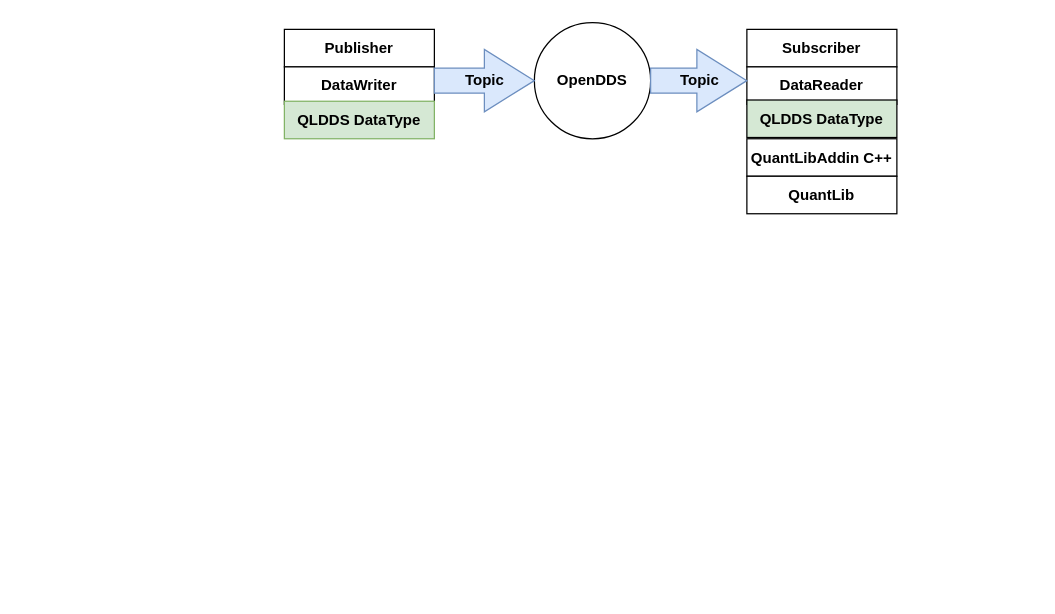
mkipnis/qldds keeps this draw.io diagram as misc/overview.drawio. Above is the earlier version. Source tidied: cells renumbered, new cells numbered last; positions are measured from the earlier drawing's top-left corner, leaving out a move shared by most shapes. Both pictures are drawn from the tidied source at 125%, with x=0, y=0 at pixel (284, 21).
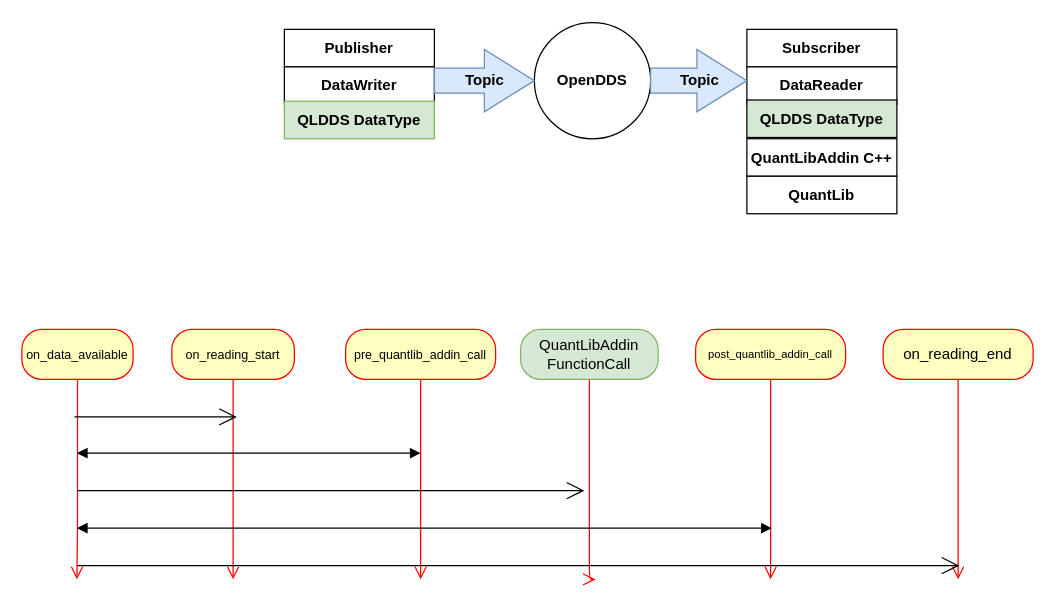
After the change.

What changed in the source:
```diff
@@
+    <mxCell id="13" value="on_data_available" style="rounded=1;whiteSpace=wrap;html=1;arcSize=40;fontColor=#000000;fillColor=#ffffc0;strokeColor=#ff0000;shadow=0;glass=0;comic=0;fontSize=10;" parent="1" vertex="1">
+      <mxGeometry x="-210" y="246" width="89" height="40" as="geometry" />
+    </mxCell>
+    <mxCell id="14" style="edgeStyle=orthogonalEdgeStyle;html=1;verticalAlign=bottom;endArrow=open;endSize=8;strokeColor=#ff0000;" parent="1" edge="1" source="13">
+      <mxGeometry relative="1" as="geometry">
+        <mxPoint x="-166" y="446" as="targetPoint" />
+        <Array as="points">
+          <mxPoint x="-166" y="406" />
+          <mxPoint x="-166" y="406" />
+        </Array>
+      </mxGeometry>
+    </mxCell>
+    <mxCell id="15" value="on_reading_start" style="rounded=1;whiteSpace=wrap;html=1;arcSize=40;fontColor=#000000;fillColor=#ffffc0;strokeColor=#ff0000;shadow=0;glass=0;comic=0;fontSize=10;" parent="1" vertex="1">
+      <mxGeometry x="-90" y="246" width="98" height="40" as="geometry" />
+    </mxCell>
+    <mxCell id="16" style="edgeStyle=orthogonalEdgeStyle;html=1;verticalAlign=bottom;endArrow=open;endSize=8;strokeColor=#ff0000;" parent="1" edge="1" source="15">
+      <mxGeometry relative="1" as="geometry">
+        <mxPoint x="-41" y="446" as="targetPoint" />
+      </mxGeometry>
+    </mxCell>
+    <mxCell id="17" value="pre_quantlib_addin_call" style="rounded=1;whiteSpace=wrap;html=1;arcSize=40;fontColor=#000000;fillColor=#ffffc0;strokeColor=#ff0000;shadow=0;glass=0;comic=0;fontSize=10;" parent="1" vertex="1">
+      <mxGeometry x="49" y="246" width="120" height="40" as="geometry" />
+    </mxCell>
+    <mxCell id="18" style="edgeStyle=orthogonalEdgeStyle;html=1;verticalAlign=bottom;endArrow=open;endSize=8;strokeColor=#ff0000;" parent="1" edge="1" source="17">
+      <mxGeometry relative="1" as="geometry">
+        <mxPoint x="109" y="446" as="targetPoint" />
+      </mxGeometry>
+    </mxCell>
+    <mxCell id="19" style="endArrow=block;startArrow=block;endFill=1;startFill=1;html=1;fontSize=10;" parent="1" edge="1">
+      <mxGeometry relative="1" as="geometry">
+        <mxPoint x="-166" y="345" as="sourcePoint" />
+        <mxPoint x="109" y="345" as="targetPoint" />
+      </mxGeometry>
+    </mxCell>
+    <mxCell id="20" value="QuantLibAddin&lt;br&gt;FunctionCall" style="rounded=1;whiteSpace=wrap;html=1;arcSize=40;fillColor=#d5e8d4;strokeColor=#82b366;shadow=0;glass=0;comic=0;" parent="1" vertex="1">
+      <mxGeometry x="189" y="246" width="110" height="40" as="geometry" />
+    </mxCell>
+    <mxCell id="21" style="edgeStyle=orthogonalEdgeStyle;html=1;verticalAlign=bottom;endArrow=open;endSize=8;strokeColor=#ff0000;fontSize=10;" parent="1" edge="1" source="20">
+      <mxGeometry relative="1" as="geometry">
+        <mxPoint x="249" y="446" as="targetPoint" />
+        <Array as="points">
+          <mxPoint x="244" y="446" />
+        </Array>
+      </mxGeometry>
+    </mxCell>
+    <mxCell id="22" value="post_quantlib_addin_call" style="rounded=1;whiteSpace=wrap;html=1;arcSize=40;fontColor=#000000;fillColor=#ffffc0;strokeColor=#ff0000;shadow=0;glass=0;comic=0;fontSize=9;" parent="1" vertex="1">
+      <mxGeometry x="329" y="246" width="120" height="40" as="geometry" />
+    </mxCell>
+    <mxCell id="23" style="edgeStyle=orthogonalEdgeStyle;html=1;verticalAlign=bottom;endArrow=open;endSize=8;strokeColor=#ff0000;fontSize=10;" parent="1" edge="1" source="22">
+      <mxGeometry relative="1" as="geometry">
+        <mxPoint x="389" y="446" as="targetPoint" />
+      </mxGeometry>
+    </mxCell>
+    <mxCell id="24" value="on_reading_end" style="rounded=1;whiteSpace=wrap;html=1;arcSize=40;fontColor=#000000;fillColor=#ffffc0;strokeColor=#ff0000;shadow=0;glass=0;comic=0;" parent="1" vertex="1">
+      <mxGeometry x="479" y="246" width="120" height="40" as="geometry" />
+    </mxCell>
+    <mxCell id="25" style="edgeStyle=orthogonalEdgeStyle;html=1;verticalAlign=bottom;endArrow=open;endSize=8;strokeColor=#ff0000;fontSize=9;" parent="1" edge="1" source="24">
+      <mxGeometry relative="1" as="geometry">
+        <mxPoint x="539" y="446" as="targetPoint" />
+      </mxGeometry>
+    </mxCell>
+    <mxCell id="26" style="endArrow=block;startArrow=block;endFill=1;startFill=1;html=1;fontSize=9;" parent="1" edge="1">
+      <mxGeometry relative="1" as="geometry">
+        <mxPoint x="-166" y="405" as="sourcePoint" />
+        <mxPoint x="390" y="405" as="targetPoint" />
+      </mxGeometry>
+    </mxCell>
+    <mxCell id="27" style="endArrow=open;endFill=1;endSize=12;html=1;fontSize=9;" parent="1" edge="1">
+      <mxGeometry relative="1" as="geometry">
+        <mxPoint x="-168" y="316" as="sourcePoint" />
+        <mxPoint x="-38" y="316" as="targetPoint" />
+      </mxGeometry>
+    </mxCell>
+    <mxCell id="28" style="endArrow=open;endFill=1;endSize=12;html=1;fontSize=9;" parent="1" edge="1">
+      <mxGeometry relative="1" as="geometry">
+        <mxPoint x="-165.5" y="375" as="sourcePoint" />
+        <mxPoint x="240" y="375" as="targetPoint" />
+      </mxGeometry>
+    </mxCell>
+    <mxCell id="29" style="endArrow=open;endFill=1;endSize=12;html=1;fontSize=9;" parent="1" edge="1">
+      <mxGeometry relative="1" as="geometry">
+        <mxPoint x="-165.5" y="435" as="sourcePoint" />
+        <mxPoint x="540" y="435" as="targetPoint" />
+      </mxGeometry>
+    </mxCell>
```
